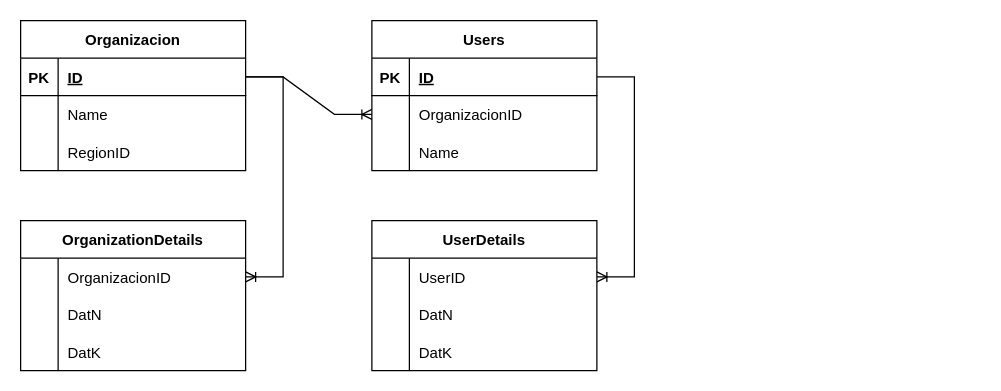
Earlier version of the draw.io diagram bildb.drawio (mr-vic/billing). Source tidied: cells renumbered, new cells numbered last; positions are measured from the earlier drawing's top-left corner, leaving out a move shared by most shapes. Both pictures are drawn from the tidied source at 125%, with x=0, y=0 at pixel (20, 20).
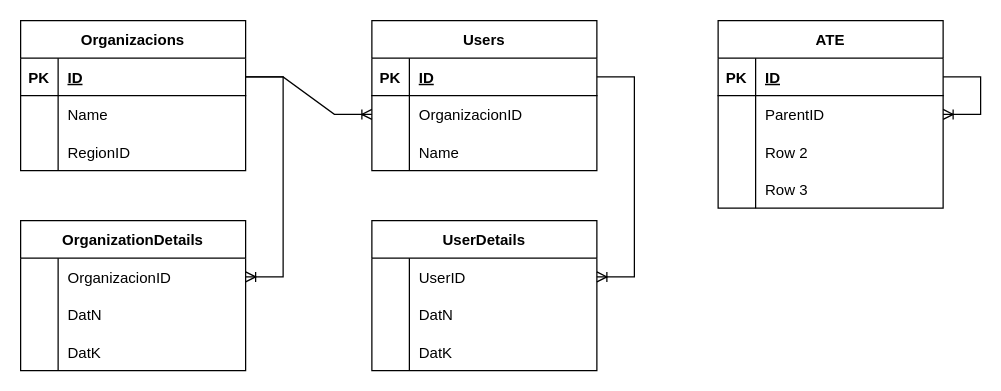
The same page after the edit.

The edit, as a diff of the source:
```diff
@@
-    <mxCell id="2" value="Organizacion" style="shape=table;startSize=30;childLayout=tableLayout;rowLines=0;fontStyle=1;align=center;" parent="1" vertex="1">
+    <mxCell id="2" value="Organizacions" style="shape=table;startSize=30;childLayout=tableLayout;rowLines=0;fontStyle=1;align=center;" parent="1" vertex="1">
       <mxGeometry width="180" height="120" as="geometry" />
     </mxCell>
@@
+    <mxCell id="45" value="ATE" style="shape=table;startSize=30;childLayout=tableLayout;rowLines=0;fontStyle=1;align=center;" parent="1" vertex="1">
+      <mxGeometry x="558" width="180" height="150" as="geometry" />
+    </mxCell>
+    <mxCell id="46" style="shape=tableRow;horizontal=0;startSize=0;swimlaneHead=0;swimlaneBody=0;fillColor=none;points=[[0,0.5],[1,0.5]];portConstraint=eastwest;top=0;left=0;right=0;bottom=1;" parent="45" vertex="1">
+      <mxGeometry y="30" width="180" height="30" as="geometry" />
+    </mxCell>
+    <mxCell id="47" value="PK" style="shape=partialRectangle;fillColor=none;top=0;left=0;bottom=0;right=0;fontStyle=1;overflow=hidden;" parent="46" vertex="1">
+      <mxGeometry width="30" height="30" as="geometry" />
+    </mxCell>
+    <mxCell id="48" value="ID" style="shape=partialRectangle;fillColor=none;top=0;left=0;bottom=0;right=0;align=left;spacingLeft=6;fontStyle=5;overflow=hidden;" parent="46" vertex="1">
+      <mxGeometry x="30" width="150" height="30" as="geometry" />
+    </mxCell>
+    <mxCell id="49" style="shape=tableRow;horizontal=0;startSize=0;swimlaneHead=0;swimlaneBody=0;fillColor=none;points=[[0,0.5],[1,0.5]];portConstraint=eastwest;top=0;left=0;right=0;bottom=0;" parent="45" vertex="1">
+      <mxGeometry y="60" width="180" height="30" as="geometry" />
+    </mxCell>
+    <mxCell id="50" style="shape=partialRectangle;fillColor=none;top=0;left=0;bottom=0;right=0;overflow=hidden;" parent="49" vertex="1">
+      <mxGeometry width="30" height="30" as="geometry" />
+    </mxCell>
+    <mxCell id="51" value="ParentID" style="shape=partialRectangle;fillColor=none;top=0;left=0;bottom=0;right=0;align=left;spacingLeft=6;overflow=hidden;" parent="49" vertex="1">
+      <mxGeometry x="30" width="150" height="30" as="geometry" />
+    </mxCell>
+    <mxCell id="52" style="shape=tableRow;horizontal=0;startSize=0;swimlaneHead=0;swimlaneBody=0;fillColor=none;top=0;left=0;right=0;bottom=0;" parent="45" vertex="1">
+      <mxGeometry y="90" width="180" height="30" as="geometry" />
+    </mxCell>
+    <mxCell id="53" style="shape=partialRectangle;fillColor=none;top=0;left=0;bottom=0;right=0;overflow=hidden;" parent="52" vertex="1">
+      <mxGeometry width="30" height="30" as="geometry" />
+    </mxCell>
+    <mxCell id="54" value="Row 2" style="shape=partialRectangle;fillColor=none;top=0;left=0;bottom=0;right=0;align=left;spacingLeft=6;overflow=hidden;" parent="52" vertex="1">
+      <mxGeometry x="30" width="150" height="30" as="geometry" />
+    </mxCell>
+    <mxCell id="55" style="shape=tableRow;horizontal=0;startSize=0;swimlaneHead=0;swimlaneBody=0;fillColor=none;top=0;left=0;right=0;bottom=0;" parent="45" vertex="1">
+      <mxGeometry y="120" width="180" height="30" as="geometry" />
+    </mxCell>
+    <mxCell id="56" style="shape=partialRectangle;fillColor=none;top=0;left=0;bottom=0;right=0;overflow=hidden;" parent="55" vertex="1">
+      <mxGeometry width="30" height="30" as="geometry" />
+    </mxCell>
+    <mxCell id="57" value="Row 3" style="shape=partialRectangle;fillColor=none;top=0;left=0;bottom=0;right=0;align=left;spacingLeft=6;overflow=hidden;" parent="55" vertex="1">
+      <mxGeometry x="30" width="150" height="30" as="geometry" />
+    </mxCell>
+    <mxCell id="58" style="edgeStyle=entityRelationEdgeStyle;fontSize=12;html=1;endArrow=ERoneToMany;rounded=0;exitX=1;exitY=0.5;exitDx=0;exitDy=0;entryX=1;entryY=0.5;entryDx=0;entryDy=0;" parent="45" edge="1" source="46" target="49">
+      <mxGeometry relative="1" as="geometry" />
+    </mxCell>
```
